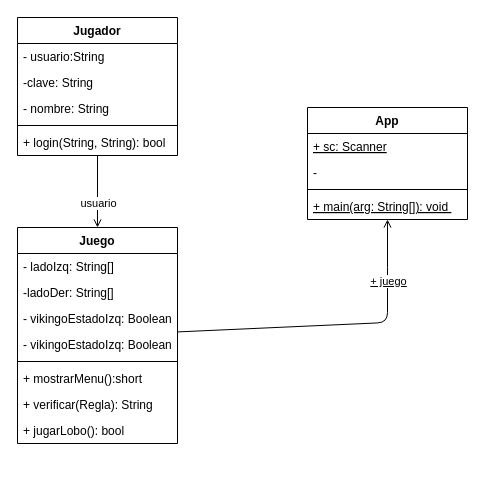
This is prjLobo/design/diagClase.dio from keyaru18/NoteBook, a draw.io file, before an edit. Source tidied: cells renumbered, new cells numbered last; positions are measured from the earlier drawing's top-left corner, leaving out a move shared by most shapes. Both pictures are drawn from the tidied source at 100%, with x=0, y=0 at pixel (17, 17).
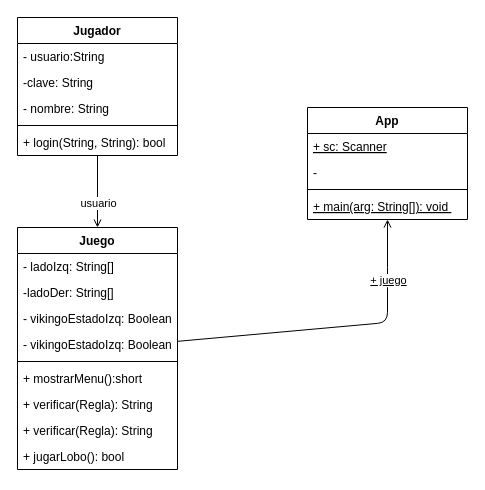
Above is the later version.

Commit message:
Agregar movimiento de la barca y agregar individuos en la misma

The edit, as a diff of the source:
```diff
@@
     <mxCell id="12" value="Juego" style="swimlane;fontStyle=1;align=center;verticalAlign=top;horizontal=1;startSize=26;" parent="1" vertex="1">
-      <mxGeometry y="210" width="160" height="216" as="geometry" />
+      <mxGeometry y="210" width="160" height="242" as="geometry" />
     </mxCell>
@@
+    <mxCell id="26" value="+ verificar(Regla): String" style="text;strokeColor=none;fillColor=none;align=left;verticalAlign=top;spacingLeft=4;spacingRight=4;overflow=hidden;" parent="12" vertex="1">
+      <mxGeometry y="164" width="160" height="26" as="geometry" />
+    </mxCell>
     <mxCell id="19" value="+ verificar(Regla): String" style="text;strokeColor=none;fillColor=none;align=left;verticalAlign=top;spacingLeft=4;spacingRight=4;overflow=hidden;" parent="12" vertex="1">
-      <mxGeometry y="164" width="160" height="26" as="geometry" />
+      <mxGeometry y="190" width="160" height="26" as="geometry" />
     </mxCell>
     <mxCell id="20" value="+ jugarLobo(): bool" style="text;strokeColor=none;fillColor=none;align=left;verticalAlign=top;spacingLeft=4;spacingRight=4;overflow=hidden;" parent="12" vertex="1">
-      <mxGeometry y="190" width="160" height="26" as="geometry" />
+      <mxGeometry y="216" width="160" height="26" as="geometry" />
     </mxCell>
```
